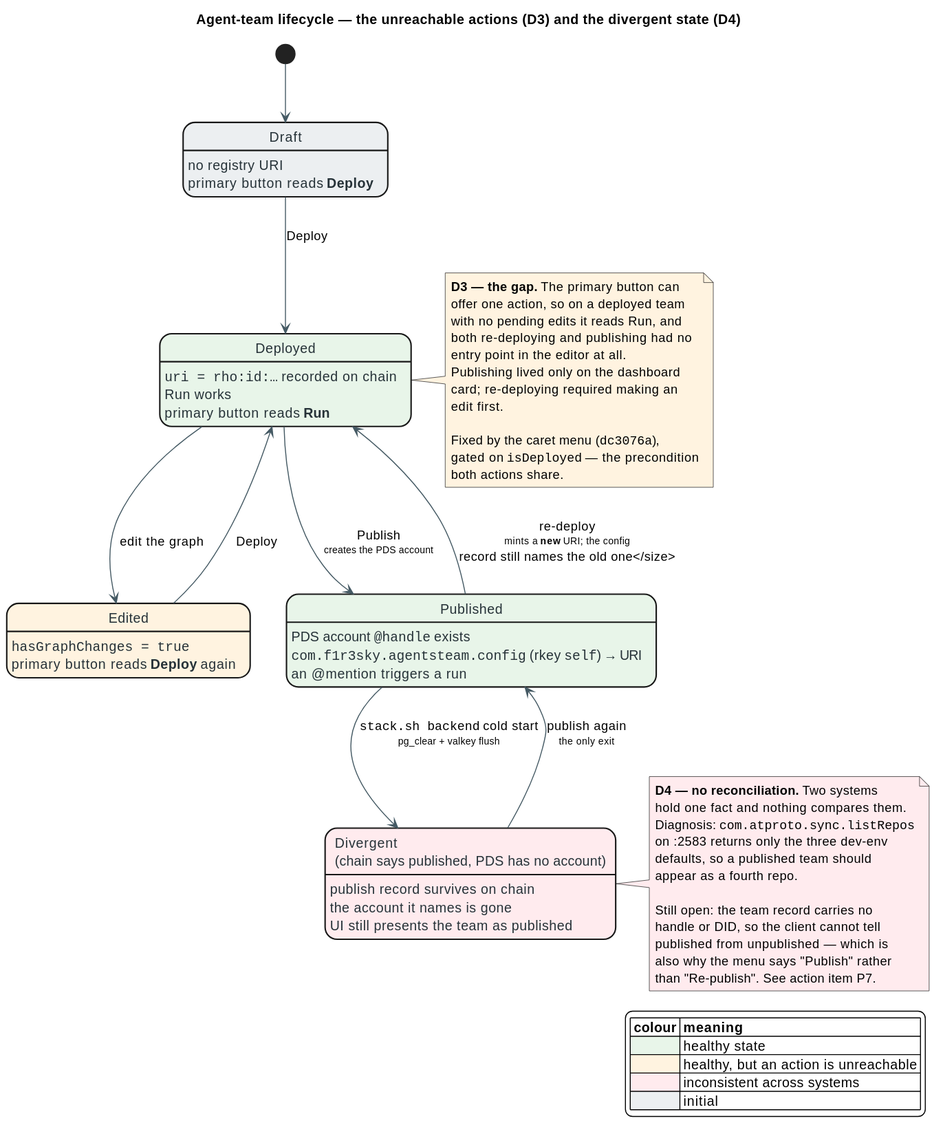
F1R3FLY-io/embers-frontend keeps this PlantUML diagram as docs/post-mortems/diagrams/05-team-lifecycle.svg. Above is the earlier version.
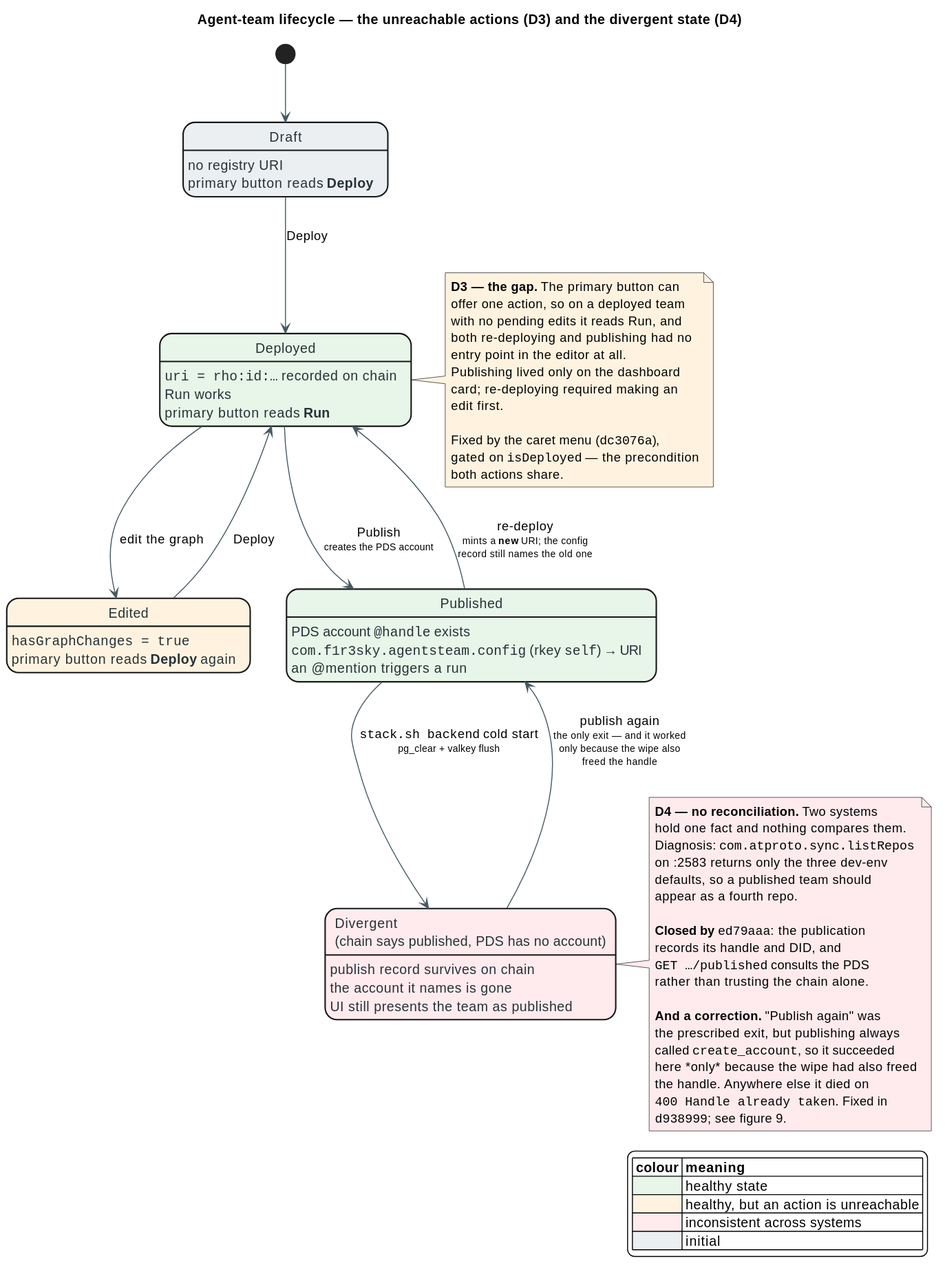
After the change.

Change to the diagram source:
```diff
@@ -44,10 +44,10 @@
 Deployed --> Edited : edit the graph
 Edited --> Deployed : Deploy
 Deployed --> Published : Publish\n<size:10>creates the PDS account</size>
-Published --> Deployed : re-deploy\n<size:10>mints a **new** URI; the config\nrecord still names the old one</size>
+Published --> Deployed : re-deploy\n<size:10>mints a **new** URI; the config</size>\n<size:10>record still names the old one</size>
 
 Published --> Divergent : ""stack.sh backend"" cold start\n<size:10>pg_clear + valkey flush</size>
-Divergent --> Published : publish again\n<size:10>the only exit</size>
+Divergent --> Published : publish again\n<size:10>the only exit — and it worked</size>\n<size:10>only because the wipe also</size>\n<size:10>freed the handle</size>
 
 note right of Deployed #FFF3E0
   **D3 — the gap.** The primary button can
@@ -72,11 +72,18 @@
   defaults, so a published team should
   appear as a fourth repo.
 
-  Still open: the team record carries no
-  handle or DID, so the client cannot tell
-  published from unpublished — which is
-  also why the menu says "Publish" rather
-  than "Re-publish". See action item P7.
+  **Closed by** ""ed79aaa"": the publication
+  records its handle and DID, and
+  ""GET …/published"" consults the PDS
+  rather than trusting the chain alone.
+
+  **And a correction.** "Publish again" was
+  the prescribed exit, but publishing always
+  called ""create_account"", so it succeeded
+  here *only* because the wipe had also freed
+  the handle. Anywhere else it died on
+  ""400 Handle already taken"". Fixed in
+  ""d938999""; see figure 9.
 end note
 
 legend right
```
